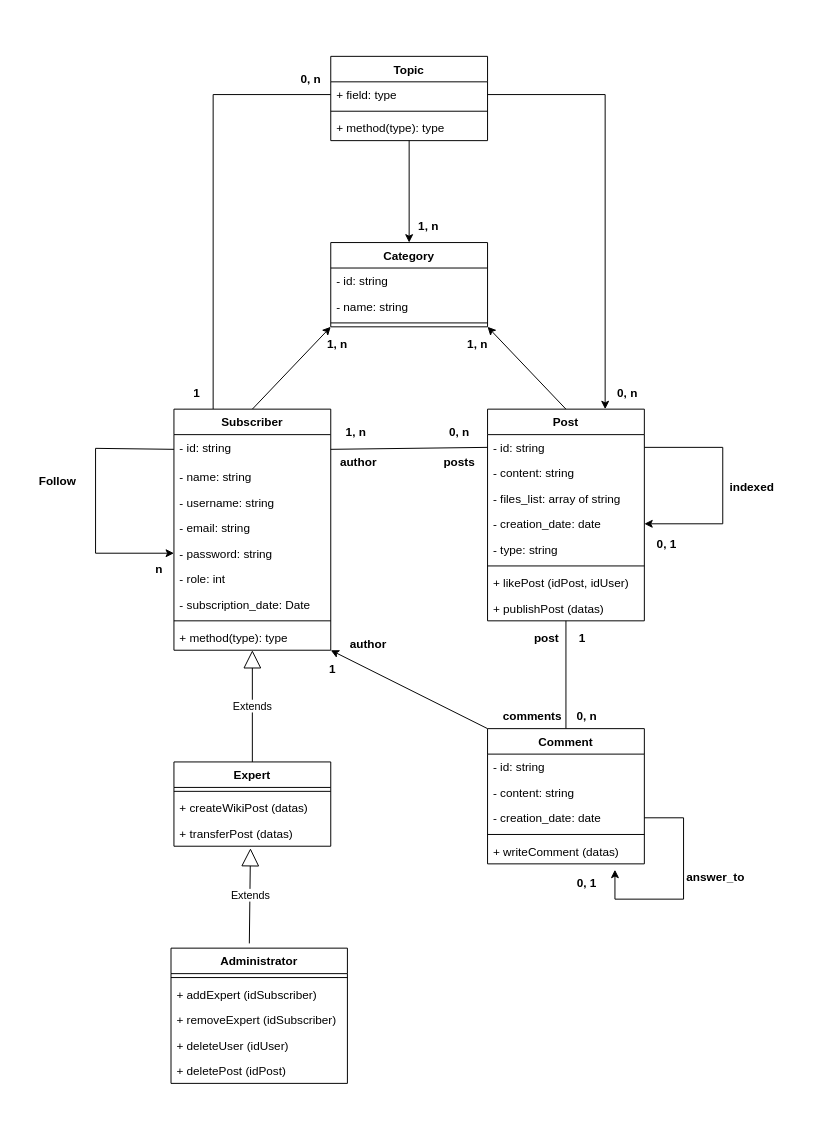
The draw.io diagram Tundah-Class_Diagram.drawio in dilane3/diagrams-store, before the edit. Source tidied: cells renumbered, new cells numbered last; positions are measured from the earlier drawing's top-left corner, leaving out a move shared by most shapes. Both pictures are drawn from the tidied source at 98%, with x=0, y=0 at pixel (36, 56).
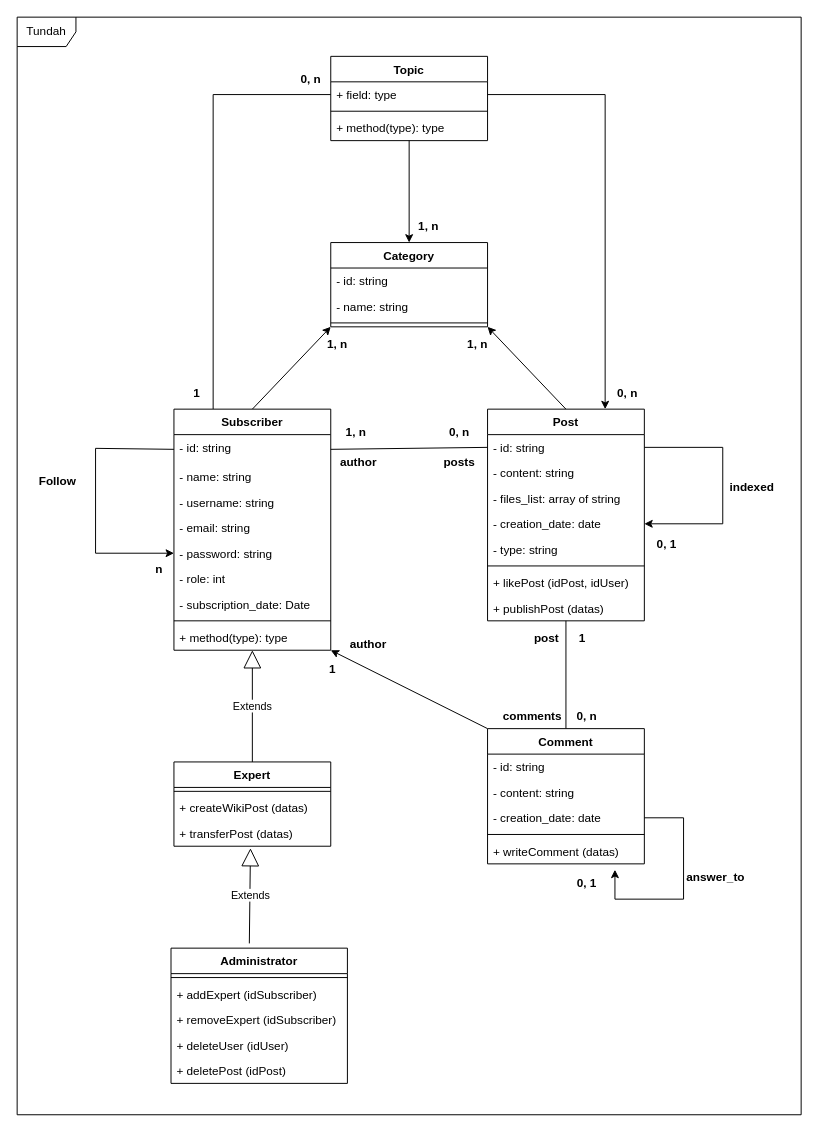
The same page after the edit.

What changed in the source:
```diff
@@
+    <mxCell id="80" value="Tundah" style="shape=umlFrame;whiteSpace=wrap;html=1;fontFamily=Helvetica;fontSize=12;fontColor=default;" parent="1" vertex="1">
+      <mxGeometry x="-20" y="-40" width="800" height="1120" as="geometry" />
+    </mxCell>
```
